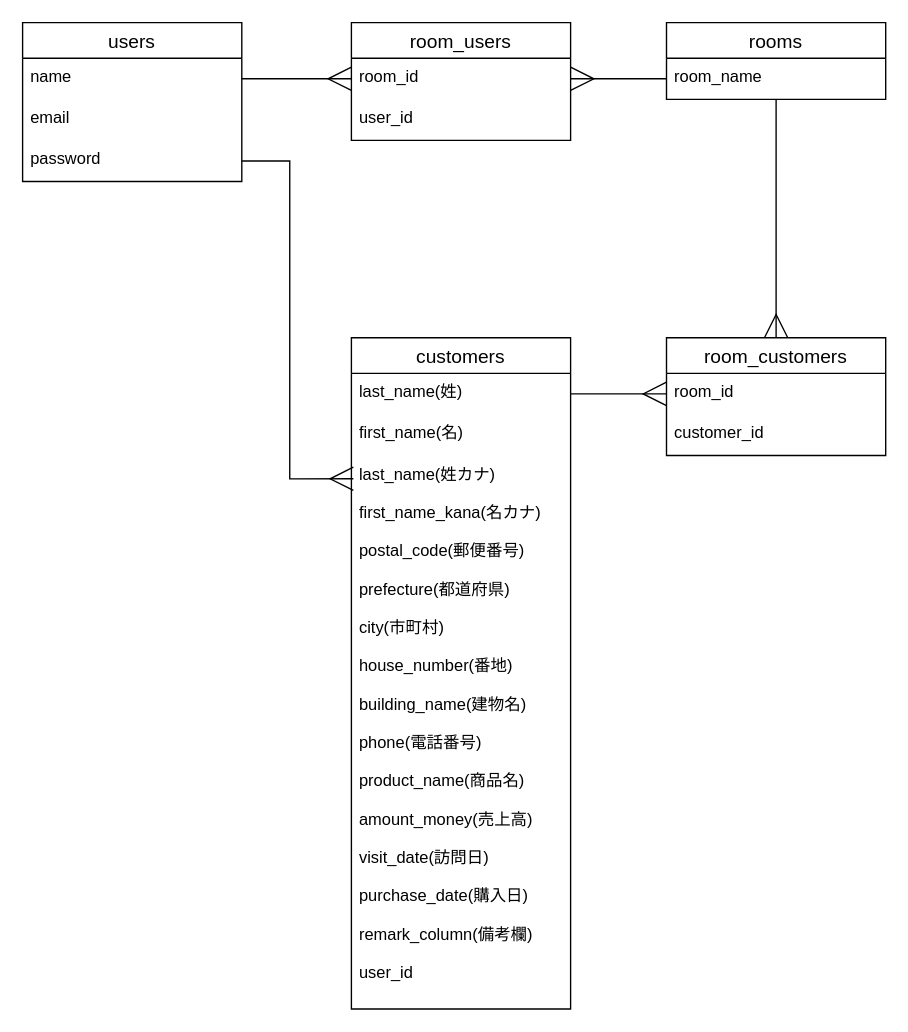
Earlier version of the draw.io diagram test.dio (MONTA-web/customers_app). Source tidied: cells renumbered, new cells numbered last; positions are measured from the earlier drawing's top-left corner, leaving out a move shared by most shapes. Both pictures are drawn from the tidied source at 137%, with x=0, y=0 at pixel (22, 22).
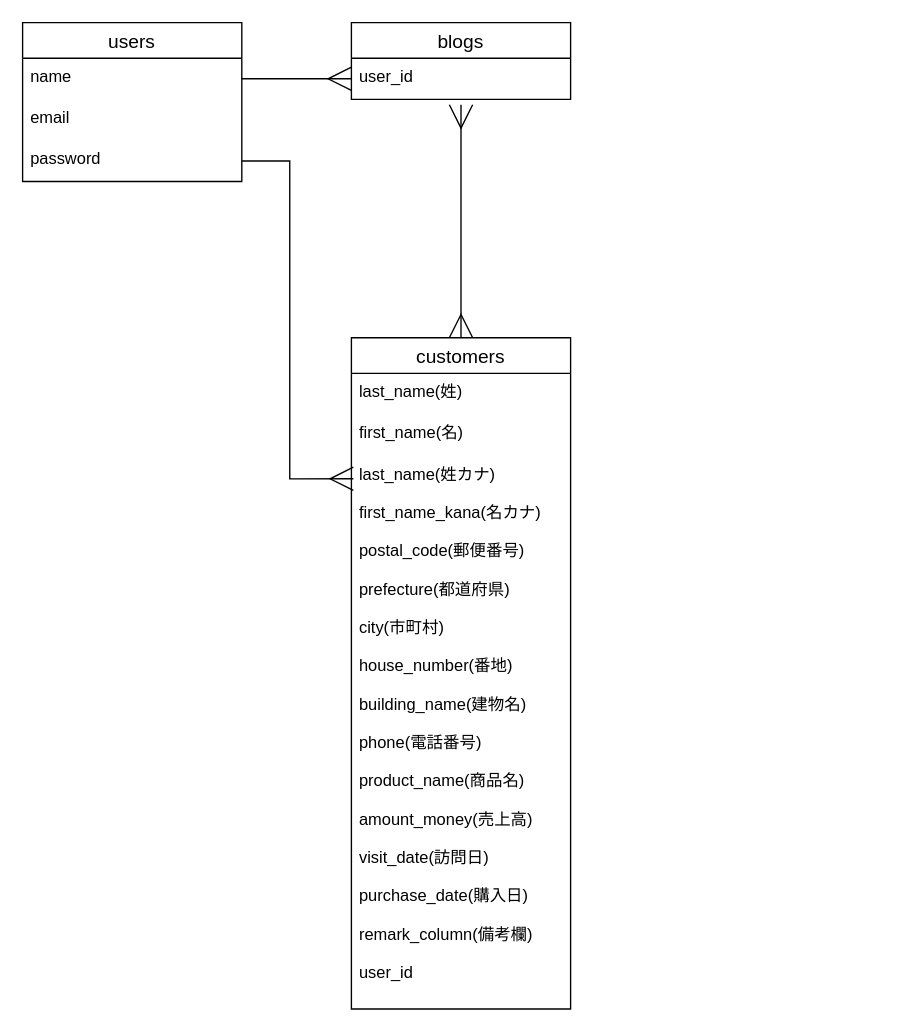
After the change.

Commit message (it also covers changes not shown here):
テーブル設計変更

Unchanged cells that the change refers to:
```xml
<mxCell id="3" value="name" style="text;strokeColor=none;fillColor=none;spacingLeft=4;spacingRight=4;overflow=hidden;points=[[0,0.5],[1,0.5]];portConstraint=eastwest;fontSize=12;" parent="2" vertex="1">
  <mxGeometry y="26" width="160" height="30" as="geometry" />
</mxCell>
<mxCell id="12" value="customers" style="swimlane;fontStyle=0;horizontal=1;startSize=26;align=center;fontSize=14;" parent="1" vertex="1">
  <mxGeometry x="240" y="230" width="160" height="490" as="geometry" />
</mxCell>
<mxCell id="13" value="last_name(姓)" style="text;strokeColor=none;fillColor=none;spacingLeft=4;spacingRight=4;overflow=hidden;points=[[0,0.5],[1,0.5]];portConstraint=eastwest;fontSize=12;" parent="12" vertex="1">
  <mxGeometry y="26" width="160" height="30" as="geometry" />
</mxCell>
```

Change to the diagram source:
```diff
@@
-    <mxCell id="6" style="edgeStyle=orthogonalEdgeStyle;rounded=0;jettySize=auto;html=1;endArrow=ERmany;endFill=0;endSize=15;" parent="1" edge="1" source="7" target="16">
-      <mxGeometry relative="1" as="geometry" />
-    </mxCell>
-    <mxCell id="7" value="rooms" style="swimlane;fontStyle=0;horizontal=1;startSize=26;align=center;fontSize=14;" parent="1" vertex="1">
-      <mxGeometry x="470" width="160" height="56" as="geometry" />
-    </mxCell>
-    <mxCell id="8" value="room_name" style="text;strokeColor=none;fillColor=none;spacingLeft=4;spacingRight=4;overflow=hidden;points=[[0,0.5],[1,0.5]];portConstraint=eastwest;fontSize=12;" parent="7" vertex="1">
-      <mxGeometry y="26" width="160" height="30" as="geometry" />
-    </mxCell>
-    <mxCell id="9" value="room_users" style="swimlane;fontStyle=0;horizontal=1;startSize=26;align=center;fontSize=14;" parent="1" vertex="1">
-      <mxGeometry x="240" width="160" height="86" as="geometry" />
+    <mxCell id="9" value="blogs" style="swimlane;fontStyle=0;horizontal=1;startSize=26;align=center;fontSize=14;" parent="1" vertex="1">
+      <mxGeometry x="240" width="160" height="56" as="geometry" />
     </mxCell>
-    <mxCell id="10" value="room_id" style="text;strokeColor=none;fillColor=none;spacingLeft=4;spacingRight=4;overflow=hidden;points=[[0,0.5],[1,0.5]];portConstraint=eastwest;fontSize=12;" parent="9" vertex="1">
-      <mxGeometry y="26" width="160" height="30" as="geometry" />
-    </mxCell>
     <mxCell id="11" value="user_id" style="text;strokeColor=none;fillColor=none;spacingLeft=4;spacingRight=4;overflow=hidden;fontSize=12;" parent="9" vertex="1">
-      <mxGeometry y="56" width="160" height="30" as="geometry" />
+      <mxGeometry y="26" width="160" height="30" as="geometry" />
     </mxCell>
+    <mxCell id="22" style="edgeStyle=orthogonalEdgeStyle;rounded=0;jettySize=auto;html=1;exitX=0.5;exitY=0;exitDx=0;exitDy=0;endArrow=ERmany;endFill=0;startArrow=ERmany;startFill=0;endSize=15;startSize=15;" parent="1" edge="1" source="12">
+      <mxGeometry relative="1" as="geometry">
+        <mxPoint x="320" y="60" as="targetPoint" />
+      </mxGeometry>
+    </mxCell>
@@
-    <mxCell id="16" value="room_customers" style="swimlane;fontStyle=0;horizontal=1;startSize=26;align=center;fontSize=14;" parent="1" vertex="1">
-      <mxGeometry x="470" y="230" width="160" height="86" as="geometry" />
-    </mxCell>
-    <mxCell id="17" value="room_id" style="text;strokeColor=none;fillColor=none;spacingLeft=4;spacingRight=4;overflow=hidden;points=[[0,0.5],[1,0.5]];portConstraint=eastwest;fontSize=12;" parent="16" vertex="1">
-      <mxGeometry y="26" width="160" height="30" as="geometry" />
-    </mxCell>
-    <mxCell id="18" value="customer_id" style="text;strokeColor=none;fillColor=none;spacingLeft=4;spacingRight=4;overflow=hidden;fontSize=12;" parent="16" vertex="1">
-      <mxGeometry y="56" width="160" height="30" as="geometry" />
-    </mxCell>
-    <mxCell id="19" style="edgeStyle=orthogonalEdgeStyle;rounded=0;jettySize=auto;html=1;exitX=1;exitY=0.5;exitDx=0;exitDy=0;entryX=0;entryY=0.5;entryDx=0;entryDy=0;endArrow=ERmany;endFill=0;endSize=15;startSize=15;" parent="1" edge="1" source="3" target="10">
-      <mxGeometry relative="1" as="geometry" />
+    <mxCell id="19" style="edgeStyle=orthogonalEdgeStyle;rounded=0;jettySize=auto;html=1;exitX=1;exitY=0.5;exitDx=0;exitDy=0;entryX=0;entryY=0.5;entryDx=0;entryDy=0;endArrow=ERmany;endFill=0;endSize=15;startSize=15;" parent="1" edge="1" source="3">
+      <mxGeometry relative="1" as="geometry">
+        <mxPoint x="240" y="41" as="targetPoint" />
+      </mxGeometry>
     </mxCell>
-    <mxCell id="20" style="edgeStyle=orthogonalEdgeStyle;rounded=0;jettySize=auto;html=1;exitX=0;exitY=0.5;exitDx=0;exitDy=0;entryX=1;entryY=0.5;entryDx=0;entryDy=0;endSize=15;endArrow=ERmany;endFill=0;" parent="1" edge="1" source="8" target="10">
-      <mxGeometry relative="1" as="geometry" />
-    </mxCell>
@@
-    <mxCell id="22" style="edgeStyle=orthogonalEdgeStyle;rounded=0;jettySize=auto;html=1;exitX=1;exitY=0.5;exitDx=0;exitDy=0;entryX=0;entryY=0.5;entryDx=0;entryDy=0;startArrow=none;startFill=0;startSize=15;endArrow=ERmany;endFill=0;endSize=15;" parent="1" edge="1" source="13" target="17">
-      <mxGeometry relative="1" as="geometry" />
-    </mxCell>
```
